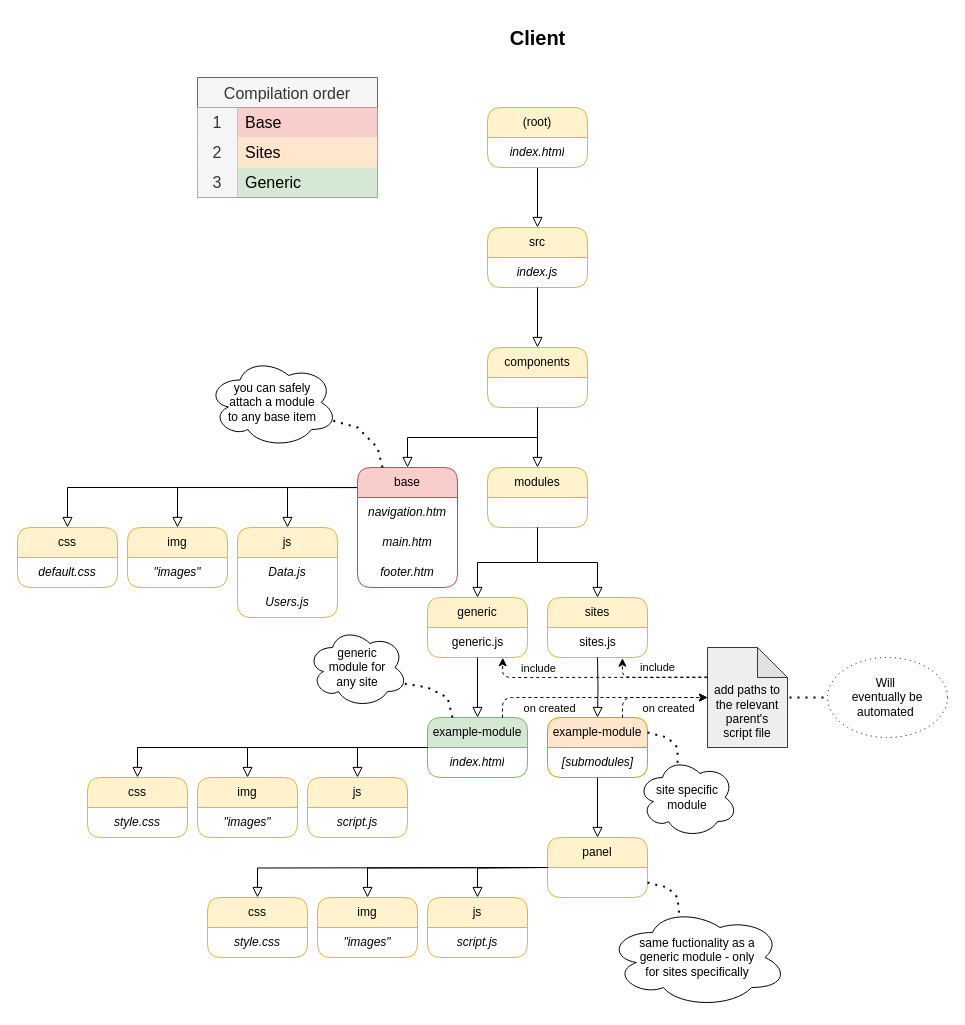
The draw.io diagram page "Page-1" (1 of 2) of UML/Project structure.drawio in cyvu/school, before the edit. Source tidied: cells renumbered, new cells numbered last; positions are measured from the earlier drawing's top-left corner, leaving out a move shared by most shapes. Both pictures are drawn from the tidied source at 100%, with x=0, y=0 at pixel (17, 17).
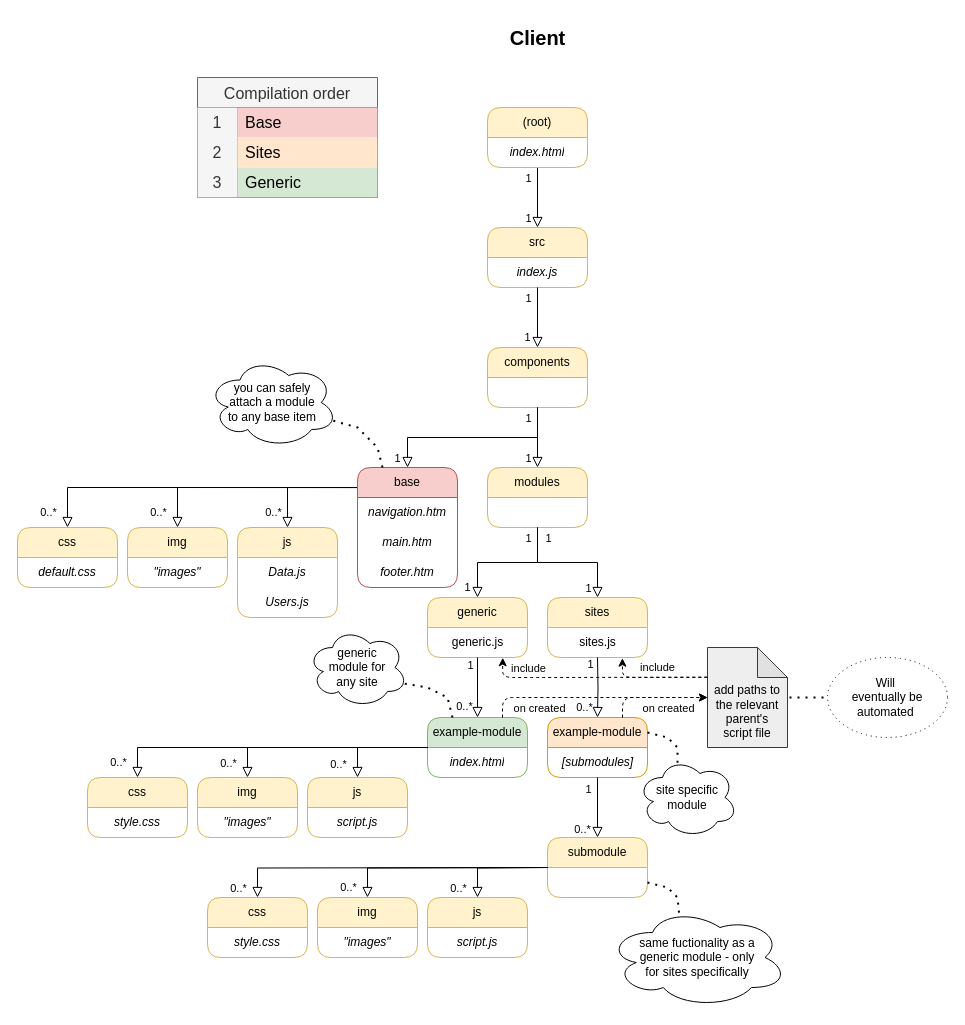
The same diagram, later.

Unchanged cells that the change refers to:
```xml
<mxCell id="2" style="rounded=0;html=1;jettySize=auto;fontSize=11;endArrow=block;endFill=0;endSize=8;strokeWidth=1;shadow=0;labelBackgroundColor=none;edgeStyle=orthogonalEdgeStyle;exitX=0.5;exitY=1;exitDx=0;exitDy=0;exitPerimeter=0;entryX=0.5;entryY=0;entryDx=0;entryDy=0;" parent="1" edge="1" source="4" target="5">
  <mxGeometry relative="1" as="geometry" />
</mxCell>
<mxCell id="6" value="&lt;div&gt;index.js&lt;/div&gt;" style="text;strokeColor=none;fillColor=none;align=center;verticalAlign=middle;spacingLeft=4;spacingRight=4;overflow=hidden;points=[[0,0.5],[1,0.5]];portConstraint=eastwest;whiteSpace=wrap;html=1;fontStyle=2;" parent="5" vertex="1">
  <mxGeometry y="30" width="100" height="30" as="geometry" />
</mxCell>
<mxCell id="10" value="modules" style="rounded=1;swimlane;fontStyle=0;horizontal=1;startSize=30;whiteSpace=wrap;html=1;fillColor=#fff2cc;strokeColor=#d6b656;" parent="1" vertex="1">
  <mxGeometry x="470" y="450" width="100" height="60" as="geometry" />
</mxCell>
<mxCell id="11" value="example-module" style="rounded=1;swimlane;fontStyle=0;horizontal=1;startSize=30;whiteSpace=wrap;html=1;fillColor=#d5e8d4;strokeColor=#82b366;" parent="1" vertex="1">
  <mxGeometry x="410" y="700" width="100" height="60" as="geometry" />
</mxCell>
<mxCell id="15" value="components" style="rounded=1;swimlane;fontStyle=0;horizontal=1;startSize=30;whiteSpace=wrap;html=1;fillColor=#fff2cc;strokeColor=#d6b656;" parent="1" vertex="1">
  <mxGeometry x="470" y="330" width="100" height="60" as="geometry" />
</mxCell>
<mxCell id="17" style="rounded=0;html=1;jettySize=auto;fontSize=11;endArrow=block;endFill=0;endSize=8;strokeWidth=1;shadow=0;labelBackgroundColor=none;edgeStyle=orthogonalEdgeStyle;entryX=0.5;entryY=0;entryDx=0;entryDy=0;exitX=0;exitY=0.167;exitDx=0;exitDy=0;exitPerimeter=0;" parent="1" edge="1" source="25" target="13">
  <mxGeometry relative="1" as="geometry" />
</mxCell>
<mxCell id="18" style="rounded=0;html=1;jettySize=auto;fontSize=11;endArrow=block;endFill=0;endSize=8;strokeWidth=1;shadow=0;labelBackgroundColor=none;edgeStyle=orthogonalEdgeStyle;entryX=0.5;entryY=0;entryDx=0;entryDy=0;exitX=0;exitY=0.167;exitDx=0;exitDy=0;exitPerimeter=0;" parent="1" edge="1" source="25" target="23">
  <mxGeometry relative="1" as="geometry" />
</mxCell>
<mxCell id="20" style="rounded=0;html=1;jettySize=auto;fontSize=11;endArrow=block;endFill=0;endSize=8;strokeWidth=1;shadow=0;labelBackgroundColor=none;edgeStyle=orthogonalEdgeStyle;exitX=0.5;exitY=1;exitDx=0;exitDy=0;entryX=0.5;entryY=0;entryDx=0;entryDy=0;" parent="1" edge="1" source="15" target="10">
  <mxGeometry relative="1" as="geometry" />
</mxCell>
<mxCell id="21" style="rounded=0;html=1;jettySize=auto;fontSize=11;endArrow=block;endFill=0;endSize=8;strokeWidth=1;shadow=0;labelBackgroundColor=none;edgeStyle=orthogonalEdgeStyle;entryX=0.5;entryY=0;entryDx=0;entryDy=0;exitX=0;exitY=0.167;exitDx=0;exitDy=0;exitPerimeter=0;" parent="1" edge="1" source="25" target="7">
  <mxGeometry relative="1" as="geometry" />
</mxCell>
<mxCell id="31" value="img" style="rounded=1;swimlane;fontStyle=0;horizontal=1;startSize=30;whiteSpace=wrap;html=1;fillColor=#fff2cc;strokeColor=#d6b656;" parent="1" vertex="1">
  <mxGeometry x="180" y="760" width="100" height="60" as="geometry" />
</mxCell>
<mxCell id="33" style="rounded=0;html=1;jettySize=auto;fontSize=11;endArrow=block;endFill=0;endSize=8;strokeWidth=1;shadow=0;labelBackgroundColor=none;edgeStyle=orthogonalEdgeStyle;entryX=0.5;entryY=0;entryDx=0;entryDy=0;exitX=0;exitY=0.5;exitDx=0;exitDy=0;" parent="1" edge="1" source="11" target="29">
  <mxGeometry relative="1" as="geometry" />
</mxCell>
<mxCell id="34" style="rounded=0;html=1;jettySize=auto;fontSize=11;endArrow=block;endFill=0;endSize=8;strokeWidth=1;shadow=0;labelBackgroundColor=none;edgeStyle=orthogonalEdgeStyle;entryX=0.5;entryY=0;entryDx=0;entryDy=0;exitX=0;exitY=0.5;exitDx=0;exitDy=0;" parent="1" edge="1" source="11" target="36">
  <mxGeometry relative="1" as="geometry" />
</mxCell>
<mxCell id="35" style="rounded=0;html=1;jettySize=auto;fontSize=11;endArrow=block;endFill=0;endSize=8;strokeWidth=1;shadow=0;labelBackgroundColor=none;edgeStyle=orthogonalEdgeStyle;entryX=0.5;entryY=0;entryDx=0;entryDy=0;exitX=0.5;exitY=1;exitDx=0;exitDy=0;exitPerimeter=0;" parent="1" edge="1" source="16" target="25">
  <mxGeometry relative="1" as="geometry" />
</mxCell>
<mxCell id="43" style="html=1;rounded=1;curved=0;sourcePerimeterSpacing=0;targetPerimeterSpacing=0;startSize=6;endSize=6;noEdgeStyle=1;orthogonal=1;exitX=0.75;exitY=0;exitDx=0;exitDy=0;entryX=0;entryY=0.5;entryDx=0;entryDy=0;entryPerimeter=0;dashed=1;" parent="1" edge="1" source="11" target="40">
  <mxGeometry relative="1" as="geometry">
    <Array as="points">
      <mxPoint x="485" y="680" />
    </Array>
  </mxGeometry>
</mxCell>
<mxCell id="47" value="&lt;div&gt;generic&lt;/div&gt;" style="rounded=1;swimlane;fontStyle=0;horizontal=1;startSize=30;whiteSpace=wrap;html=1;fillColor=#fff2cc;strokeColor=#d6b656;" parent="1" vertex="1">
  <mxGeometry x="410" y="580" width="100" height="60" as="geometry" />
</mxCell>
<mxCell id="51" style="rounded=0;html=1;jettySize=auto;fontSize=11;endArrow=block;endFill=0;endSize=8;strokeWidth=1;shadow=0;labelBackgroundColor=none;edgeStyle=orthogonalEdgeStyle;exitX=0.5;exitY=1;exitDx=0;exitDy=0;entryX=0.5;entryY=0;entryDx=0;entryDy=0;" parent="1" edge="1" source="10" target="49">
  <mxGeometry relative="1" as="geometry" />
</mxCell>
<mxCell id="54" style="rounded=0;html=1;jettySize=auto;fontSize=11;endArrow=block;endFill=0;endSize=8;strokeWidth=1;shadow=0;labelBackgroundColor=none;edgeStyle=orthogonalEdgeStyle;exitX=0.5;exitY=1;exitDx=0;exitDy=0;entryX=0.5;entryY=0;entryDx=0;entryDy=0;" parent="1" edge="1" source="47" target="11">
  <mxGeometry relative="1" as="geometry" />
</mxCell>
<mxCell id="55" style="rounded=0;html=1;jettySize=auto;fontSize=11;endArrow=block;endFill=0;endSize=8;strokeWidth=1;shadow=0;labelBackgroundColor=none;edgeStyle=orthogonalEdgeStyle;entryX=0.5;entryY=0;entryDx=0;entryDy=0;" parent="1" edge="1" target="52">
  <mxGeometry relative="1" as="geometry">
    <mxPoint x="580" y="640" as="sourcePoint" />
  </mxGeometry>
</mxCell>
<mxCell id="57" style="rounded=0;html=1;jettySize=auto;fontSize=11;endArrow=block;endFill=0;endSize=8;strokeWidth=1;shadow=0;labelBackgroundColor=none;edgeStyle=orthogonalEdgeStyle;entryX=0.5;entryY=0;entryDx=0;entryDy=0;exitX=0.5;exitY=1;exitDx=0;exitDy=0;" parent="1" edge="1" source="52" target="56">
  <mxGeometry relative="1" as="geometry" />
</mxCell>
<mxCell id="72" style="rounded=0;html=1;jettySize=auto;fontSize=11;endArrow=block;endFill=0;endSize=8;strokeWidth=1;shadow=0;labelBackgroundColor=none;edgeStyle=orthogonalEdgeStyle;entryX=0.5;entryY=0;entryDx=0;entryDy=0;exitX=0;exitY=0.5;exitDx=0;exitDy=0;" parent="1" edge="1" target="66">
  <mxGeometry relative="1" as="geometry">
    <mxPoint x="530" y="850" as="sourcePoint" />
  </mxGeometry>
</mxCell>
<mxCell id="73" style="rounded=0;html=1;jettySize=auto;fontSize=11;endArrow=block;endFill=0;endSize=8;strokeWidth=1;shadow=0;labelBackgroundColor=none;edgeStyle=orthogonalEdgeStyle;entryX=0.5;entryY=0;entryDx=0;entryDy=0;exitX=0;exitY=0.5;exitDx=0;exitDy=0;" parent="1" edge="1" target="70">
  <mxGeometry relative="1" as="geometry">
    <mxPoint x="530" y="850" as="sourcePoint" />
  </mxGeometry>
</mxCell>
<mxCell id="74" style="rounded=0;html=1;jettySize=auto;fontSize=11;endArrow=block;endFill=0;endSize=8;strokeWidth=1;shadow=0;labelBackgroundColor=none;edgeStyle=orthogonalEdgeStyle;entryX=0.5;entryY=0;entryDx=0;entryDy=0;exitX=0;exitY=0.5;exitDx=0;exitDy=0;" parent="1" edge="1" target="68">
  <mxGeometry relative="1" as="geometry">
    <mxPoint x="530" y="850" as="sourcePoint" />
  </mxGeometry>
</mxCell>
```

Change to the diagram source:
```diff
@@
+    <mxCell id="89" value="1" style="edgeLabel;html=1;align=center;verticalAlign=middle;" parent="2" vertex="1">
+      <mxGeometry x="0.28" y="-1" relative="1" as="geometry">
+        <mxPoint x="-9" y="12" as="offset" />
+      </mxGeometry>
+    </mxCell>
+    <mxCell id="90" value="1" style="edgeLabel;html=1;align=center;verticalAlign=middle;" parent="2" vertex="1">
+      <mxGeometry x="-0.31" y="-1" relative="1" as="geometry">
+        <mxPoint x="-9" y="-11" as="offset" />
+      </mxGeometry>
+    </mxCell>
@@
+    <mxCell id="91" value="0..*" style="edgeLabel;html=1;align=center;verticalAlign=middle;" parent="17" vertex="1">
+      <mxGeometry x="0.77" y="-1" relative="1" as="geometry">
+        <mxPoint x="-19" y="10" as="offset" />
+      </mxGeometry>
+    </mxCell>
@@
+    <mxCell id="92" value="0..*" style="edgeLabel;html=1;align=center;verticalAlign=middle;" parent="18" vertex="1">
+      <mxGeometry x="0.85" y="1" relative="1" as="geometry">
+        <mxPoint x="-21" y="10" as="offset" />
+      </mxGeometry>
+    </mxCell>
-    <mxCell id="19" style="rounded=0;html=1;jettySize=auto;fontSize=11;endArrow=block;endFill=0;endSize=8;strokeWidth=1;shadow=0;labelBackgroundColor=none;edgeStyle=orthogonalEdgeStyle;exitX=0.5;exitY=1;exitDx=0;exitDy=0;entryX=0.5;entryY=0;entryDx=0;entryDy=0;" parent="1" edge="1" source="10" target="47">
-      <mxGeometry relative="1" as="geometry" />
+    <mxCell id="19" value="1" style="rounded=0;html=1;jettySize=auto;fontSize=11;endArrow=block;endFill=0;endSize=8;strokeWidth=1;shadow=0;labelBackgroundColor=none;edgeStyle=orthogonalEdgeStyle;exitX=0.5;exitY=1;exitDx=0;exitDy=0;entryX=0.5;entryY=0;entryDx=0;entryDy=0;" parent="1" edge="1" source="10" target="47">
+      <mxGeometry x="0.85" y="-10" relative="1" as="geometry" />
     </mxCell>
+    <mxCell id="93" value="1" style="edgeLabel;html=1;align=center;verticalAlign=middle;" parent="19" vertex="1">
+      <mxGeometry x="-0.19" y="1" relative="1" as="geometry">
+        <mxPoint x="8" y="-26" as="offset" />
+      </mxGeometry>
+    </mxCell>
@@
+    <mxCell id="94" value="1" style="edgeLabel;html=1;align=center;verticalAlign=middle;" parent="20" vertex="1">
+      <mxGeometry x="0.31" relative="1" as="geometry">
+        <mxPoint x="-10" y="11" as="offset" />
+      </mxGeometry>
+    </mxCell>
@@
+    <mxCell id="95" value="0..*" style="edgeLabel;html=1;align=center;verticalAlign=middle;" parent="21" vertex="1">
+      <mxGeometry x="0.52" y="1" relative="1" as="geometry">
+        <mxPoint x="-16" y="11" as="offset" />
+      </mxGeometry>
+    </mxCell>
-    <mxCell id="22" style="rounded=0;html=1;jettySize=auto;fontSize=11;endArrow=block;endFill=0;endSize=8;strokeWidth=1;shadow=0;labelBackgroundColor=none;edgeStyle=orthogonalEdgeStyle;exitX=0.5;exitY=1;exitDx=0;exitDy=0;exitPerimeter=0;entryX=0.5;entryY=0;entryDx=0;entryDy=0;" parent="1" edge="1" source="6" target="15">
-      <mxGeometry relative="1" as="geometry" />
+    <mxCell id="22" value="1" style="rounded=0;html=1;jettySize=auto;fontSize=11;endArrow=block;endFill=0;endSize=8;strokeWidth=1;shadow=0;labelBackgroundColor=none;edgeStyle=orthogonalEdgeStyle;exitX=0.5;exitY=1;exitDx=0;exitDy=0;exitPerimeter=0;entryX=0.5;entryY=0;entryDx=0;entryDy=0;" parent="1" edge="1" source="6" target="15">
+      <mxGeometry x="0.67" y="-10" relative="1" as="geometry" />
     </mxCell>
+    <mxCell id="96" value="1" style="edgeLabel;html=1;align=center;verticalAlign=middle;" parent="22" vertex="1">
+      <mxGeometry x="-0.2" y="-1" relative="1" as="geometry">
+        <mxPoint x="-9" y="-14" as="offset" />
+      </mxGeometry>
+    </mxCell>
@@
+    <mxCell id="97" value="0..*" style="edgeLabel;html=1;align=center;verticalAlign=middle;" parent="33" vertex="1">
+      <mxGeometry x="0.85" y="2" relative="1" as="geometry">
+        <mxPoint x="-22" y="8" as="offset" />
+      </mxGeometry>
+    </mxCell>
@@
+    <mxCell id="98" value="0..*" style="edgeLabel;html=1;align=center;verticalAlign=middle;" parent="34" vertex="1">
+      <mxGeometry x="0.51" relative="1" as="geometry">
+        <mxPoint x="-20" y="10" as="offset" />
+      </mxGeometry>
+    </mxCell>
@@
+    <mxCell id="99" value="1" style="edgeLabel;html=1;align=center;verticalAlign=middle;" parent="35" vertex="1">
+      <mxGeometry x="0.45" y="2" relative="1" as="geometry">
+        <mxPoint x="-33" y="18" as="offset" />
+      </mxGeometry>
+    </mxCell>
+    <mxCell id="100" value="1" style="edgeLabel;html=1;align=center;verticalAlign=middle;" parent="35" vertex="1">
+      <mxGeometry x="-0.94" relative="1" as="geometry">
+        <mxPoint x="-10" y="4" as="offset" />
+      </mxGeometry>
+    </mxCell>
@@
     <mxCell id="38" style="rounded=0;html=1;jettySize=auto;fontSize=11;endArrow=block;endFill=0;endSize=8;strokeWidth=1;shadow=0;labelBackgroundColor=none;edgeStyle=orthogonalEdgeStyle;entryX=0.5;entryY=0;entryDx=0;entryDy=0;exitX=0;exitY=0.5;exitDx=0;exitDy=0;" parent="1" edge="1" source="11" target="31">
-      <mxGeometry relative="1" as="geometry" />
+      <mxGeometry relative="1" as="geometry">
+        <Array as="points">
+          <mxPoint x="230" y="730" />
+        </Array>
+      </mxGeometry>
     </mxCell>
+    <mxCell id="101" value="0..*" style="edgeLabel;html=1;align=center;verticalAlign=middle;" parent="38" vertex="1">
+      <mxGeometry x="0.75" y="1" relative="1" as="geometry">
+        <mxPoint x="-21" y="11" as="offset" />
+      </mxGeometry>
+    </mxCell>
@@
     <mxCell id="44" value="&lt;div align=&quot;center&quot;&gt;on created&lt;/div&gt;" style="edgeLabel;html=1;align=center;verticalAlign=middle;labelBackgroundColor=none;" parent="43" vertex="1">
       <mxGeometry x="-0.47" relative="1" as="geometry">
-        <mxPoint x="6" y="10" as="offset" />
+        <mxPoint x="-4" y="10" as="offset" />
       </mxGeometry>
     </mxCell>
@@
+    <mxCell id="102" value="1" style="edgeLabel;html=1;align=center;verticalAlign=middle;" parent="51" vertex="1">
+      <mxGeometry x="-0.27" y="2" relative="1" as="geometry">
+        <mxPoint x="38" y="27" as="offset" />
+      </mxGeometry>
+    </mxCell>
+    <mxCell id="103" value="1" style="edgeLabel;html=1;align=center;verticalAlign=middle;" parent="51" vertex="1">
+      <mxGeometry x="0.06" y="-1" relative="1" as="geometry">
+        <mxPoint x="-24" y="-26" as="offset" />
+      </mxGeometry>
+    </mxCell>
@@
+    <mxCell id="104" value="0..*" style="edgeLabel;html=1;align=center;verticalAlign=middle;labelBackgroundColor=none;" parent="54" vertex="1">
+      <mxGeometry x="0.21" y="1" relative="1" as="geometry">
+        <mxPoint x="-15" y="12" as="offset" />
+      </mxGeometry>
+    </mxCell>
+    <mxCell id="105" value="1" style="edgeLabel;html=1;align=center;verticalAlign=middle;labelBackgroundColor=none;" parent="54" vertex="1">
+      <mxGeometry x="-0.77" y="1" relative="1" as="geometry">
+        <mxPoint x="-9" as="offset" />
+      </mxGeometry>
+    </mxCell>
@@
+    <mxCell id="106" value="1" style="edgeLabel;html=1;align=center;verticalAlign=middle;labelBackgroundColor=none;" parent="55" vertex="1">
+      <mxGeometry x="-0.72" y="1" relative="1" as="geometry">
+        <mxPoint x="-9" y="-1" as="offset" />
+      </mxGeometry>
+    </mxCell>
-    <mxCell id="56" value="panel" style="rounded=1;swimlane;fontStyle=0;horizontal=1;startSize=30;whiteSpace=wrap;html=1;fillColor=#fff2cc;strokeColor=#d6b656;" parent="1" vertex="1">
+    <mxCell id="56" value="submodule" style="rounded=1;swimlane;fontStyle=0;horizontal=1;startSize=30;whiteSpace=wrap;html=1;fillColor=#fff2cc;strokeColor=#d6b656;" parent="1" vertex="1">
       <mxGeometry x="530" y="820" width="100" height="60" as="geometry" />
     </mxCell>
@@
+    <mxCell id="107" value="0..*" style="edgeLabel;html=1;align=center;verticalAlign=middle;" parent="57" vertex="1">
+      <mxGeometry x="0.25" relative="1" as="geometry">
+        <mxPoint x="-16" y="13" as="offset" />
+      </mxGeometry>
+    </mxCell>
+    <mxCell id="108" value="1" style="edgeLabel;html=1;align=center;verticalAlign=middle;" parent="57" vertex="1">
+      <mxGeometry x="-0.28" relative="1" as="geometry">
+        <mxPoint x="-10" y="-11" as="offset" />
+      </mxGeometry>
+    </mxCell>
@@
     <mxCell id="63" value="&lt;div&gt;include&lt;/div&gt;" style="edgeLabel;html=1;align=center;verticalAlign=middle;labelBackgroundColor=none;" parent="1" vertex="1">
-      <mxGeometry x="520" y="650" as="geometry" />
+      <mxGeometry x="510" y="650" as="geometry" />
     </mxCell>
@@
+    <mxCell id="109" value="0..*" style="edgeLabel;html=1;align=center;verticalAlign=middle;" parent="72" vertex="1">
+      <mxGeometry x="0.84" relative="1" as="geometry">
+        <mxPoint x="-20" y="16" as="offset" />
+      </mxGeometry>
+    </mxCell>
@@
+    <mxCell id="110" value="0..*" style="edgeLabel;html=1;align=center;verticalAlign=middle;" parent="73" vertex="1">
+      <mxGeometry x="0.51" relative="1" as="geometry">
+        <mxPoint x="-20" y="15" as="offset" />
+      </mxGeometry>
+    </mxCell>
@@
+    <mxCell id="111" value="0..*" style="edgeLabel;html=1;align=center;verticalAlign=middle;" parent="74" vertex="1">
+      <mxGeometry x="0.77" relative="1" as="geometry">
+        <mxPoint x="-20" y="14" as="offset" />
+      </mxGeometry>
+    </mxCell>
@@
+    <mxCell id="112" value="0..*" style="edgeLabel;html=1;align=center;verticalAlign=middle;labelBackgroundColor=none;" parent="1" vertex="1">
+      <mxGeometry x="564" y="678" as="geometry">
+        <mxPoint x="2" y="11" as="offset" />
+      </mxGeometry>
+    </mxCell>
```
